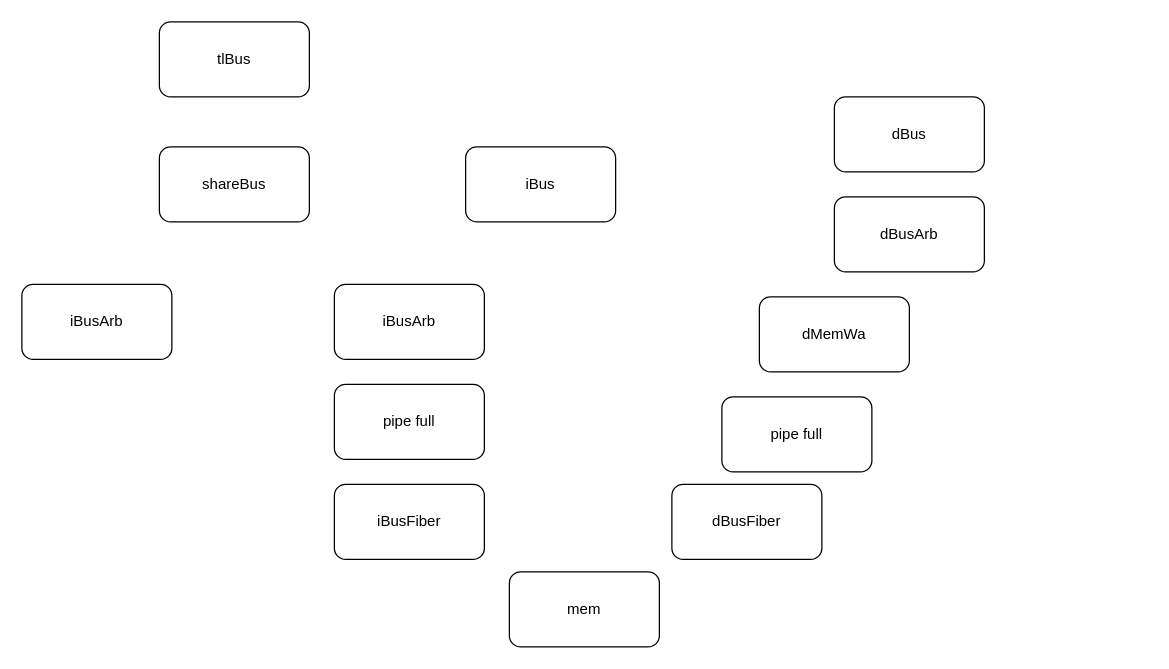
Earlier version of the draw.io diagram bus.drawio (ethanlee515/riscq). Source tidied: cells renumbered, new cells numbered last; positions are measured from the earlier drawing's top-left corner, leaving out a move shared by most shapes. Both pictures are drawn from the tidied source at 125%, with x=0, y=0 at pixel (21, 21).
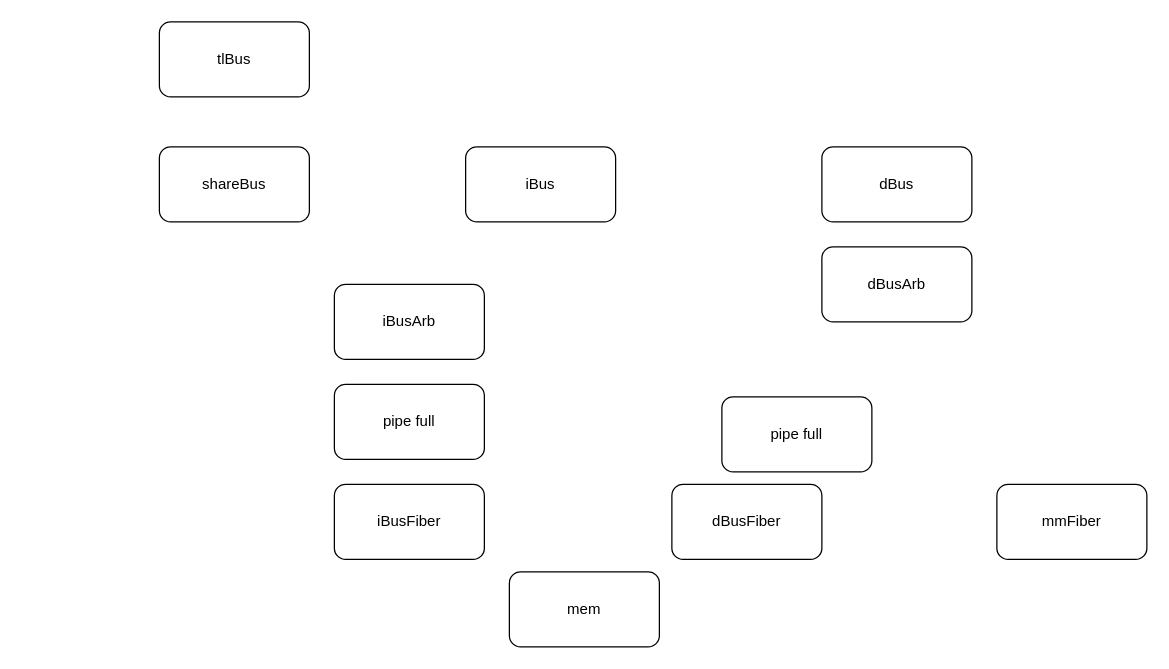
The same page after the edit.

The edit, as a diff of the source:
```diff
@@
 <mxGraphModel>
   <root>
     <mxCell id="0" />
     <mxCell id="1" parent="0" />
     <mxCell id="2" value="mem" style="rounded=1;whiteSpace=wrap;html=1;" parent="1" vertex="1">
       <mxGeometry x="390" y="440" width="120" height="60" as="geometry" />
     </mxCell>
     <mxCell id="3" value="dBusArb" style="rounded=1;whiteSpace=wrap;html=1;" parent="1" vertex="1">
-      <mxGeometry x="650" y="140" width="120" height="60" as="geometry" />
+      <mxGeometry x="640" y="180" width="120" height="60" as="geometry" />
     </mxCell>
     <mxCell id="4" value="iBusArb" style="rounded=1;whiteSpace=wrap;html=1;" parent="1" vertex="1">
       <mxGeometry x="250" y="210" width="120" height="60" as="geometry" />
     </mxCell>
     <mxCell id="5" value="iBus" style="rounded=1;whiteSpace=wrap;html=1;" parent="1" vertex="1">
       <mxGeometry x="355" y="100" width="120" height="60" as="geometry" />
     </mxCell>
     <mxCell id="6" value="dBus" style="rounded=1;whiteSpace=wrap;html=1;" parent="1" vertex="1">
-      <mxGeometry x="650" y="60" width="120" height="60" as="geometry" />
+      <mxGeometry x="640" y="100" width="120" height="60" as="geometry" />
     </mxCell>
     <mxCell id="7" value="shareBus" style="rounded=1;whiteSpace=wrap;html=1;" parent="1" vertex="1">
       <mxGeometry x="110" y="100" width="120" height="60" as="geometry" />
     </mxCell>
-    <mxCell id="8" value="dMemWa" style="rounded=1;whiteSpace=wrap;html=1;" parent="1" vertex="1">
-      <mxGeometry x="590" y="220" width="120" height="60" as="geometry" />
-    </mxCell>
     <mxCell id="9" value="iBusFiber" style="rounded=1;whiteSpace=wrap;html=1;" parent="1" vertex="1">
       <mxGeometry x="250" y="370" width="120" height="60" as="geometry" />
     </mxCell>
     <mxCell id="10" value="dBusFiber" style="rounded=1;whiteSpace=wrap;html=1;" parent="1" vertex="1">
       <mxGeometry x="520" y="370" width="120" height="60" as="geometry" />
     </mxCell>
     <mxCell id="11" value="pipe full" style="rounded=1;whiteSpace=wrap;html=1;" parent="1" vertex="1">
       <mxGeometry x="560" y="300" width="120" height="60" as="geometry" />
     </mxCell>
     <mxCell id="12" value="pipe full" style="rounded=1;whiteSpace=wrap;html=1;" parent="1" vertex="1">
       <mxGeometry x="250" y="290" width="120" height="60" as="geometry" />
     </mxCell>
     <mxCell id="13" value="tlBus" style="rounded=1;whiteSpace=wrap;html=1;" parent="1" vertex="1">
       <mxGeometry x="110" width="120" height="60" as="geometry" />
     </mxCell>
-    <mxCell id="14" value="iBusArb" style="rounded=1;whiteSpace=wrap;html=1;" parent="1" vertex="1">
-      <mxGeometry y="210" width="120" height="60" as="geometry" />
-    </mxCell>
+    <mxCell id="15" value="mmFiber" style="rounded=1;whiteSpace=wrap;html=1;" parent="1" vertex="1">
+      <mxGeometry x="780" y="370" width="120" height="60" as="geometry" />
+    </mxCell>
   </root>
 </mxGraphModel>
```
